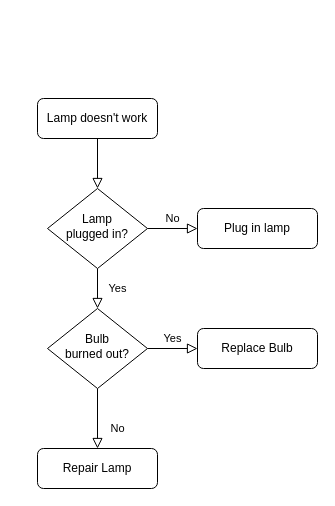
kevinyee628/CNN-LSTM-online keeps this draw.io diagram as 321.drawio. Above is the earlier version. Source tidied: cells renumbered, new cells numbered last; positions are measured from the earlier drawing's top-left corner, leaving out a move shared by most shapes. Both pictures are drawn from the tidied source at 100%, with x=0, y=0 at pixel (37, 98).
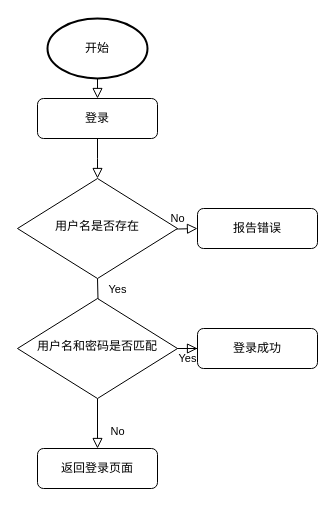
Above is the later version.

What changed in the source:
```diff
@@
 <mxGraphModel>
   <root>
     <mxCell id="0" />
     <mxCell id="1" parent="0" />
-    <mxCell id="2" style="rounded=0;html=1;jettySize=auto;fontSize=11;endArrow=block;endFill=0;endSize=8;strokeWidth=1;shadow=0;labelBackgroundColor=none;edgeStyle=orthogonalEdgeStyle;" parent="1" edge="1" source="3" target="6">
-      <mxGeometry relative="1" as="geometry" />
+    <mxCell id="2" style="rounded=0;html=1;jettySize=auto;fontSize=11;endArrow=block;endFill=0;endSize=8;strokeWidth=1;shadow=0;labelBackgroundColor=none;edgeStyle=orthogonalEdgeStyle;" parent="1" edge="1" source="3">
+      <mxGeometry relative="1" as="geometry">
+        <mxPoint x="60" y="80" as="targetPoint" />
+      </mxGeometry>
     </mxCell>
-    <mxCell id="3" value="Lamp doesn't work" style="rounded=1;whiteSpace=wrap;html=1;fontSize=12;glass=0;strokeWidth=1;shadow=0;" parent="1" vertex="1">
+    <mxCell id="3" value="登录" style="rounded=1;whiteSpace=wrap;html=1;fontSize=12;glass=0;strokeWidth=1;shadow=0;" parent="1" vertex="1">
       <mxGeometry width="120" height="40" as="geometry" />
     </mxCell>
-    <mxCell id="4" value="Yes" style="rounded=0;html=1;jettySize=auto;fontSize=11;endArrow=block;endFill=0;endSize=8;strokeWidth=1;shadow=0;labelBackgroundColor=none;edgeStyle=orthogonalEdgeStyle;" parent="1" edge="1" source="6" target="10">
-      <mxGeometry y="20" relative="1" as="geometry" />
+    <mxCell id="4" value="Yes" style="rounded=0;html=1;jettySize=auto;fontSize=11;endArrow=block;endFill=0;endSize=8;strokeWidth=1;shadow=0;labelBackgroundColor=none;edgeStyle=orthogonalEdgeStyle;" parent="1" edge="1" target="10">
+      <mxGeometry y="20" relative="1" as="geometry">
+        <mxPoint x="60" y="180" as="sourcePoint" />
+      </mxGeometry>
     </mxCell>
-    <mxCell id="5" value="No" style="edgeStyle=orthogonalEdgeStyle;rounded=0;html=1;jettySize=auto;fontSize=11;endArrow=block;endFill=0;endSize=8;strokeWidth=1;shadow=0;labelBackgroundColor=none;" parent="1" edge="1" source="6" target="7">
-      <mxGeometry y="10" relative="1" as="geometry" />
+    <mxCell id="5" value="No" style="edgeStyle=orthogonalEdgeStyle;rounded=0;html=1;jettySize=auto;fontSize=11;endArrow=block;endFill=0;endSize=8;strokeWidth=1;shadow=0;labelBackgroundColor=none;" parent="1" edge="1" target="7">
+      <mxGeometry y="10" relative="1" as="geometry">
+        <mxPoint x="120" y="130" as="sourcePoint" />
+      </mxGeometry>
     </mxCell>
-    <mxCell id="6" value="Lamp&lt;br&gt;plugged in?" style="rhombus;whiteSpace=wrap;html=1;shadow=0;fontFamily=Helvetica;fontSize=12;align=center;strokeWidth=1;spacing=6;spacingTop=-4;" parent="1" vertex="1">
-      <mxGeometry x="10" y="90" width="100" height="80" as="geometry" />
-    </mxCell>
-    <mxCell id="7" value="Plug in lamp" style="rounded=1;whiteSpace=wrap;html=1;fontSize=12;glass=0;strokeWidth=1;shadow=0;" parent="1" vertex="1">
+    <mxCell id="7" value="报告错误" style="rounded=1;whiteSpace=wrap;html=1;fontSize=12;glass=0;strokeWidth=1;shadow=0;" parent="1" vertex="1">
       <mxGeometry x="160" y="110" width="120" height="40" as="geometry" />
     </mxCell>
     <mxCell id="8" value="No" style="rounded=0;html=1;jettySize=auto;fontSize=11;endArrow=block;endFill=0;endSize=8;strokeWidth=1;shadow=0;labelBackgroundColor=none;edgeStyle=orthogonalEdgeStyle;" parent="1" edge="1" source="10" target="11">
       <mxGeometry x="0.33" y="20" relative="1" as="geometry" />
     </mxCell>
     <mxCell id="9" value="Yes" style="edgeStyle=orthogonalEdgeStyle;rounded=0;html=1;jettySize=auto;fontSize=11;endArrow=block;endFill=0;endSize=8;strokeWidth=1;shadow=0;labelBackgroundColor=none;" parent="1" edge="1" source="10" target="12">
       <mxGeometry y="10" relative="1" as="geometry" />
     </mxCell>
-    <mxCell id="10" value="Bulb&lt;br&gt;burned out?" style="rhombus;whiteSpace=wrap;html=1;shadow=0;fontFamily=Helvetica;fontSize=12;align=center;strokeWidth=1;spacing=6;spacingTop=-4;" parent="1" vertex="1">
-      <mxGeometry x="10" y="210" width="100" height="80" as="geometry" />
+    <mxCell id="10" value="用户名和密码是否匹配" style="rhombus;whiteSpace=wrap;html=1;shadow=0;fontFamily=Helvetica;fontSize=12;align=center;strokeWidth=1;spacing=6;spacingTop=-4;" parent="1" vertex="1">
+      <mxGeometry x="-20" y="200" width="160" height="100" as="geometry" />
     </mxCell>
-    <mxCell id="11" value="Repair Lamp" style="rounded=1;whiteSpace=wrap;html=1;fontSize=12;glass=0;strokeWidth=1;shadow=0;" parent="1" vertex="1">
+    <mxCell id="11" value="返回登录页面" style="rounded=1;whiteSpace=wrap;html=1;fontSize=12;glass=0;strokeWidth=1;shadow=0;" parent="1" vertex="1">
       <mxGeometry y="350" width="120" height="40" as="geometry" />
     </mxCell>
-    <mxCell id="12" value="Replace Bulb" style="rounded=1;whiteSpace=wrap;html=1;fontSize=12;glass=0;strokeWidth=1;shadow=0;" parent="1" vertex="1">
+    <mxCell id="12" value="登录成功" style="rounded=1;whiteSpace=wrap;html=1;fontSize=12;glass=0;strokeWidth=1;shadow=0;" parent="1" vertex="1">
       <mxGeometry x="160" y="230" width="120" height="40" as="geometry" />
     </mxCell>
+    <mxCell id="13" value="开始" style="strokeWidth=2;html=1;shape=mxgraph.flowchart.start_1;whiteSpace=wrap;" parent="1" vertex="1">
+      <mxGeometry x="10" y="-80" width="100" height="60" as="geometry" />
+    </mxCell>
+    <mxCell id="14" value="用户名是否存在" style="rhombus;whiteSpace=wrap;html=1;shadow=0;fontFamily=Helvetica;fontSize=12;align=center;strokeWidth=1;spacing=6;spacingTop=-4;" parent="1" vertex="1">
+      <mxGeometry x="-20" y="80" width="160" height="100" as="geometry" />
+    </mxCell>
+    <mxCell id="15" style="rounded=0;html=1;jettySize=auto;fontSize=11;endArrow=block;endFill=0;endSize=8;strokeWidth=1;shadow=0;labelBackgroundColor=none;edgeStyle=orthogonalEdgeStyle;exitX=0.5;exitY=1;exitDx=0;exitDy=0;exitPerimeter=0;" parent="1" edge="1" source="13">
+      <mxGeometry relative="1" as="geometry">
+        <mxPoint x="60" as="targetPoint" />
+      </mxGeometry>
+    </mxCell>
   </root>
 </mxGraphModel>
```
